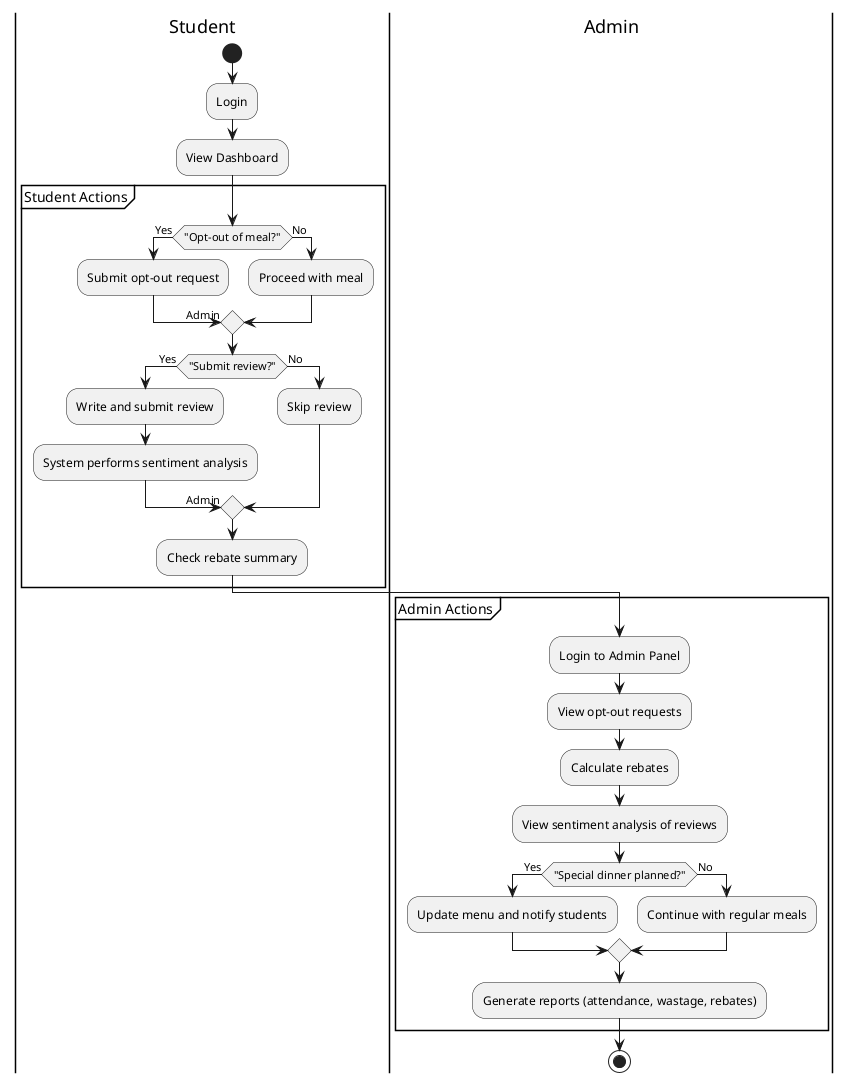
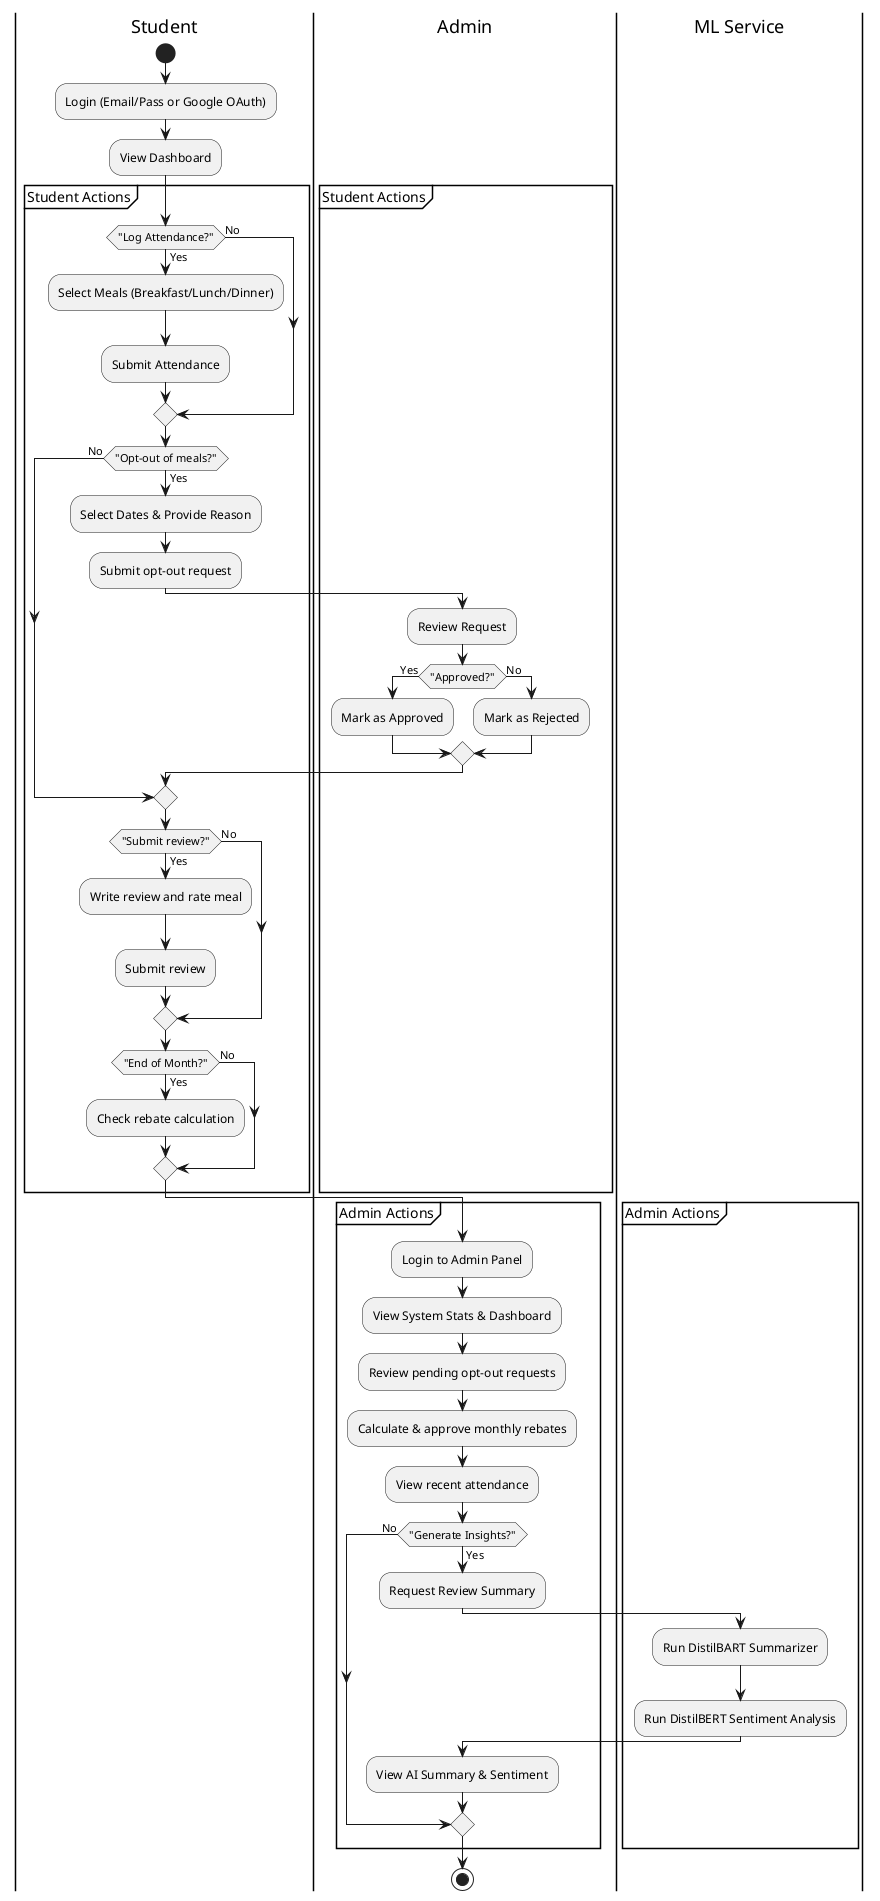
- @startuml
+ @startuml Activity_Diagram
|Student|
start
- 
- :Login;
+ :Login (Email/Pass or Google OAuth);
:View Dashboard;

partition "Student Actions" {
-     if ("Opt-out of meal?") then (Yes)
+     if ("Log Attendance?") then (Yes)
+         :Select Meals (Breakfast/Lunch/Dinner);
+         :Submit Attendance;
+     else (No)
+     endif
+ 
+     if ("Opt-out of meals?") then (Yes)
+         :Select Dates & Provide Reason;
        :Submit opt-out request;
-         -> Admin;
+         |Admin|
+         :Review Request;
+         if ("Approved?") then (Yes)
+             :Mark as Approved;
+         else (No)
+             :Mark as Rejected;
+         endif
+         |Student|
    else (No)
-         :Proceed with meal;
    endif

    if ("Submit review?") then (Yes)
-         :Write and submit review;
-         :System performs sentiment analysis;
-         -> Admin;
+         :Write review and rate meal;
+         :Submit review;
    else (No)
-         :Skip review;
    endif

-     :Check rebate summary;
+     if ("End of Month?") then (Yes)
+         :Check rebate calculation;
+     else (No)
+     endif
}

|Admin|
partition "Admin Actions" {
    :Login to Admin Panel;
-     :View opt-out requests;
-     :Calculate rebates;
-     :View sentiment analysis of reviews;
+     :View System Stats & Dashboard;
+     :Review pending opt-out requests;
+     :Calculate & approve monthly rebates;
+     :View recent attendance;

-     if ("Special dinner planned?") then (Yes)
-         :Update menu and notify students;
+     if ("Generate Insights?") then (Yes)
+         :Request Review Summary;
+         |ML Service|
+         :Run DistilBART Summarizer;
+         :Run DistilBERT Sentiment Analysis;
+         |Admin|
+         :View AI Summary & Sentiment;
    else (No)
-         :Continue with regular meals;
    endif
- 
-     :Generate reports (attendance, wastage, rebates);
}

stop
@enduml